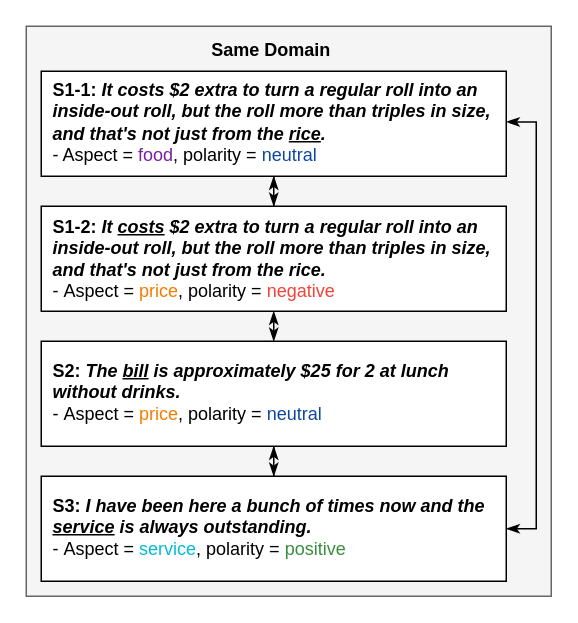
Earlier version of the draw.io diagram Untitled Diagram.drawio (cj-wade/hello-world). Source tidied: cells renumbered, new cells numbered last; positions are measured from the earlier drawing's top-left corner, leaving out a move shared by most shapes. Both pictures are drawn from the tidied source at 150%, with x=0, y=0 at pixel (26, 26).
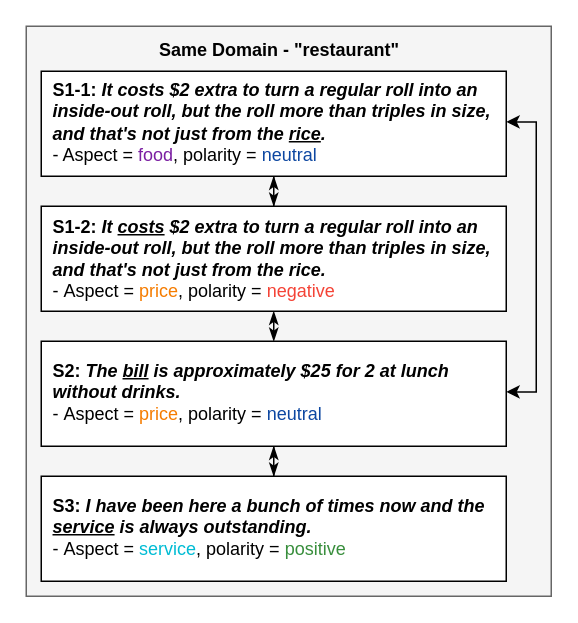
The same diagram, later.

Change to the diagram source:
```diff
@@
 <mxGraphModel>
   <root>
     <mxCell id="0" />
     <mxCell id="1" parent="0" />
     <mxCell id="2" style="rounded=0;whiteSpace=wrap;html=1;fillColor=#f5f5f5;strokeColor=#666666;fontColor=#333333;" parent="1" vertex="1">
       <mxGeometry width="350" height="380" as="geometry" />
     </mxCell>
     <mxCell id="3" style="edgeStyle=orthogonalEdgeStyle;rounded=0;jettySize=auto;html=1;entryX=0.5;entryY=0;entryDx=0;entryDy=0;startArrow=classicThin;startFill=1;endArrow=classicThin;endFill=1;" parent="1" edge="1" source="4" target="7">
       <mxGeometry relative="1" as="geometry" />
     </mxCell>
     <mxCell id="4" value="&lt;div class=&quot;mind-clipboard&quot; style=&quot;line-height: 120%&quot;&gt;&lt;div style=&quot;text-align: left&quot;&gt;&lt;br&gt;&lt;/div&gt;&lt;div style=&quot;text-align: left&quot;&gt;&lt;div&gt;&lt;/div&gt;&lt;div&gt;&lt;/div&gt;&lt;div&gt;&lt;/div&gt;&lt;/div&gt;&lt;/div&gt;" style="rounded=0;whiteSpace=wrap;html=1;" parent="1" vertex="1">
       <mxGeometry x="10" y="30" width="310" height="70" as="geometry" />
     </mxCell>
+    <mxCell id="16" style="edgeStyle=orthogonalEdgeStyle;rounded=0;jettySize=auto;html=1;exitX=1;exitY=0.5;exitDx=0;exitDy=0;entryX=1;entryY=0.5;entryDx=0;entryDy=0;startArrow=classic;startFill=1;" parent="1" edge="1" source="5" target="11">
+      <mxGeometry relative="1" as="geometry" />
+    </mxCell>
     <mxCell id="5" value="&lt;div style=&quot;text-align: left&quot;&gt;&lt;b&gt;S1-1:&amp;nbsp;&lt;i&gt;It costs $2 extra to turn a regular roll into an inside-out roll, but the roll more than triples in size, and that's not just from the&amp;nbsp;&lt;u&gt;rice&lt;/u&gt;.&amp;nbsp;&lt;/i&gt;&lt;/b&gt;&lt;/div&gt;&lt;div style=&quot;text-align: left&quot;&gt;- Aspect =&amp;nbsp;&lt;font color=&quot;#7b1fa2&quot;&gt;food&lt;/font&gt;, polarity =&amp;nbsp;&lt;font color=&quot;#0d47a1&quot;&gt;neutral&lt;/font&gt;&lt;/div&gt;" style="text;html=1;strokeColor=none;fillColor=none;align=center;verticalAlign=middle;whiteSpace=wrap;rounded=0;" parent="1" vertex="1">
       <mxGeometry x="17" y="37.5" width="303" height="52.5" as="geometry" />
     </mxCell>
     <mxCell id="6" style="edgeStyle=orthogonalEdgeStyle;rounded=0;jettySize=auto;html=1;exitX=0.5;exitY=1;exitDx=0;exitDy=0;entryX=0.5;entryY=0;entryDx=0;entryDy=0;startArrow=classicThin;startFill=1;endArrow=classicThin;endFill=1;" parent="1" edge="1" source="7" target="10">
       <mxGeometry relative="1" as="geometry" />
     </mxCell>
     <mxCell id="7" value="&lt;div class=&quot;mind-clipboard&quot; style=&quot;line-height: 120%&quot;&gt;&lt;div style=&quot;text-align: left&quot;&gt;&lt;br&gt;&lt;/div&gt;&lt;div style=&quot;text-align: left&quot;&gt;&lt;div&gt;&lt;/div&gt;&lt;div&gt;&lt;/div&gt;&lt;div&gt;&lt;/div&gt;&lt;/div&gt;&lt;/div&gt;" style="rounded=0;whiteSpace=wrap;html=1;" parent="1" vertex="1">
       <mxGeometry x="10" y="120" width="310" height="70" as="geometry" />
     </mxCell>
     <mxCell id="8" value="&lt;div style=&quot;text-align: left&quot;&gt;&lt;div class=&quot;mind-clipboard&quot;&gt;&lt;b&gt;S1-2: &lt;i&gt;It &lt;u&gt;costs&lt;/u&gt; $2 extra to turn a regular roll into an inside-out roll, but the roll more than triples in size, and that's not just from the rice.&amp;nbsp;&lt;/i&gt;&lt;/b&gt;&lt;div&gt;&lt;div&gt;&lt;/div&gt;-&amp;nbsp;Aspect&amp;nbsp;= &lt;font color=&quot;#f57c00&quot;&gt;price&lt;/font&gt;, polarity = &lt;font color=&quot;#f44336&quot;&gt;negative&lt;/font&gt;&amp;nbsp;&lt;div&gt;&lt;/div&gt;&lt;div&gt;&lt;/div&gt;&lt;/div&gt;&lt;div&gt;&lt;/div&gt;&lt;div&gt;&lt;/div&gt;&lt;div&gt;&lt;/div&gt;&lt;/div&gt;&lt;/div&gt;" style="text;html=1;strokeColor=none;fillColor=none;align=center;verticalAlign=middle;whiteSpace=wrap;rounded=0;" parent="1" vertex="1">
       <mxGeometry x="17" y="127.5" width="313" height="55" as="geometry" />
     </mxCell>
     <mxCell id="9" style="edgeStyle=orthogonalEdgeStyle;rounded=0;jettySize=auto;html=1;entryX=0.5;entryY=0;entryDx=0;entryDy=0;startArrow=classicThin;startFill=1;endArrow=classicThin;endFill=1;" parent="1" edge="1" source="10" target="12">
       <mxGeometry relative="1" as="geometry" />
     </mxCell>
     <mxCell id="10" value="&lt;div class=&quot;mind-clipboard&quot; style=&quot;line-height: 120%&quot;&gt;&lt;div style=&quot;text-align: left&quot;&gt;&lt;br&gt;&lt;/div&gt;&lt;div style=&quot;text-align: left&quot;&gt;&lt;div&gt;&lt;/div&gt;&lt;div&gt;&lt;/div&gt;&lt;div&gt;&lt;/div&gt;&lt;/div&gt;&lt;/div&gt;" style="rounded=0;whiteSpace=wrap;html=1;" parent="1" vertex="1">
       <mxGeometry x="10" y="210" width="310" height="70" as="geometry" />
     </mxCell>
     <mxCell id="11" value="&lt;div style=&quot;text-align: left&quot;&gt;&lt;div class=&quot;mind-clipboard&quot;&gt;&lt;b&gt;S2:&amp;nbsp;&lt;/b&gt;&lt;b&gt;&lt;i&gt;The &lt;u&gt;bill&lt;/u&gt; is approximately $25 for 2 at lunch without drinks.&amp;nbsp;&lt;/i&gt;&lt;/b&gt;&lt;br&gt;&lt;div&gt;&lt;div&gt;&lt;/div&gt;-&amp;nbsp;Aspect&amp;nbsp;=&amp;nbsp;&lt;font color=&quot;#f57c00&quot;&gt;price&lt;/font&gt;, polarity = &lt;font color=&quot;#0d47a1&quot;&gt;neutral&lt;/font&gt;&lt;div&gt;&lt;/div&gt;&lt;div&gt;&lt;/div&gt;&lt;/div&gt;&lt;div&gt;&lt;/div&gt;&lt;div&gt;&lt;/div&gt;&lt;div&gt;&lt;/div&gt;&lt;/div&gt;&lt;/div&gt;" style="text;html=1;strokeColor=none;fillColor=none;align=center;verticalAlign=middle;whiteSpace=wrap;rounded=0;" parent="1" vertex="1">
       <mxGeometry x="17" y="217.5" width="303" height="52.5" as="geometry" />
     </mxCell>
     <mxCell id="12" value="&lt;div class=&quot;mind-clipboard&quot; style=&quot;line-height: 120%&quot;&gt;&lt;div style=&quot;text-align: left&quot;&gt;&lt;br&gt;&lt;/div&gt;&lt;div style=&quot;text-align: left&quot;&gt;&lt;div&gt;&lt;/div&gt;&lt;div&gt;&lt;/div&gt;&lt;div&gt;&lt;/div&gt;&lt;/div&gt;&lt;/div&gt;" style="rounded=0;whiteSpace=wrap;html=1;" parent="1" vertex="1">
       <mxGeometry x="10" y="300" width="310" height="70" as="geometry" />
     </mxCell>
-    <mxCell id="13" style="edgeStyle=orthogonalEdgeStyle;rounded=0;jettySize=auto;html=1;startArrow=classicThin;startFill=1;endArrow=classicThin;endFill=1;entryX=1;entryY=0.5;entryDx=0;entryDy=0;exitX=1;exitY=0.5;exitDx=0;exitDy=0;" parent="1" edge="1" source="12" target="5">
-      <mxGeometry relative="1" as="geometry">
-        <Array as="points">
-          <mxPoint x="340" y="335" />
-          <mxPoint x="340" y="64" />
-        </Array>
-      </mxGeometry>
-    </mxCell>
     <mxCell id="14" value="&lt;div style=&quot;text-align: left&quot;&gt;&lt;div class=&quot;mind-clipboard&quot;&gt;&lt;b&gt;S3:&amp;nbsp;&lt;/b&gt;&lt;b&gt;&lt;i&gt;I have been here a bunch of times now and the &lt;u&gt;service&lt;/u&gt; is always outstanding.&lt;/i&gt;&lt;/b&gt;&lt;br&gt;&lt;div&gt;&lt;div&gt;&lt;/div&gt;-&amp;nbsp;Aspect&amp;nbsp;=&amp;nbsp;&lt;font color=&quot;#00bcd4&quot;&gt;service&lt;/font&gt;, polarity = &lt;font color=&quot;#388e3c&quot;&gt;positive&lt;/font&gt;&lt;div&gt;&lt;/div&gt;&lt;div&gt;&lt;/div&gt;&lt;/div&gt;&lt;div&gt;&lt;/div&gt;&lt;div&gt;&lt;/div&gt;&lt;div&gt;&lt;/div&gt;&lt;/div&gt;&lt;/div&gt;" style="text;html=1;strokeColor=none;fillColor=none;align=center;verticalAlign=middle;whiteSpace=wrap;rounded=0;" parent="1" vertex="1">
       <mxGeometry x="17" y="307.5" width="293" height="52.5" as="geometry" />
     </mxCell>
-    <mxCell id="15" value="&lt;b&gt;Same Domain&lt;/b&gt;" style="text;html=1;strokeColor=none;fillColor=none;align=center;verticalAlign=middle;whiteSpace=wrap;rounded=0;" parent="1" vertex="1">
-      <mxGeometry x="116" y="10" width="95" height="12" as="geometry" />
+    <mxCell id="15" value="&lt;b&gt;Same Domain - &quot;restaurant&quot;&lt;/b&gt;" style="text;html=1;strokeColor=none;fillColor=none;align=center;verticalAlign=middle;whiteSpace=wrap;rounded=0;" parent="1" vertex="1">
+      <mxGeometry x="86.5" y="10" width="164" height="12" as="geometry" />
     </mxCell>
   </root>
 </mxGraphModel>
```
